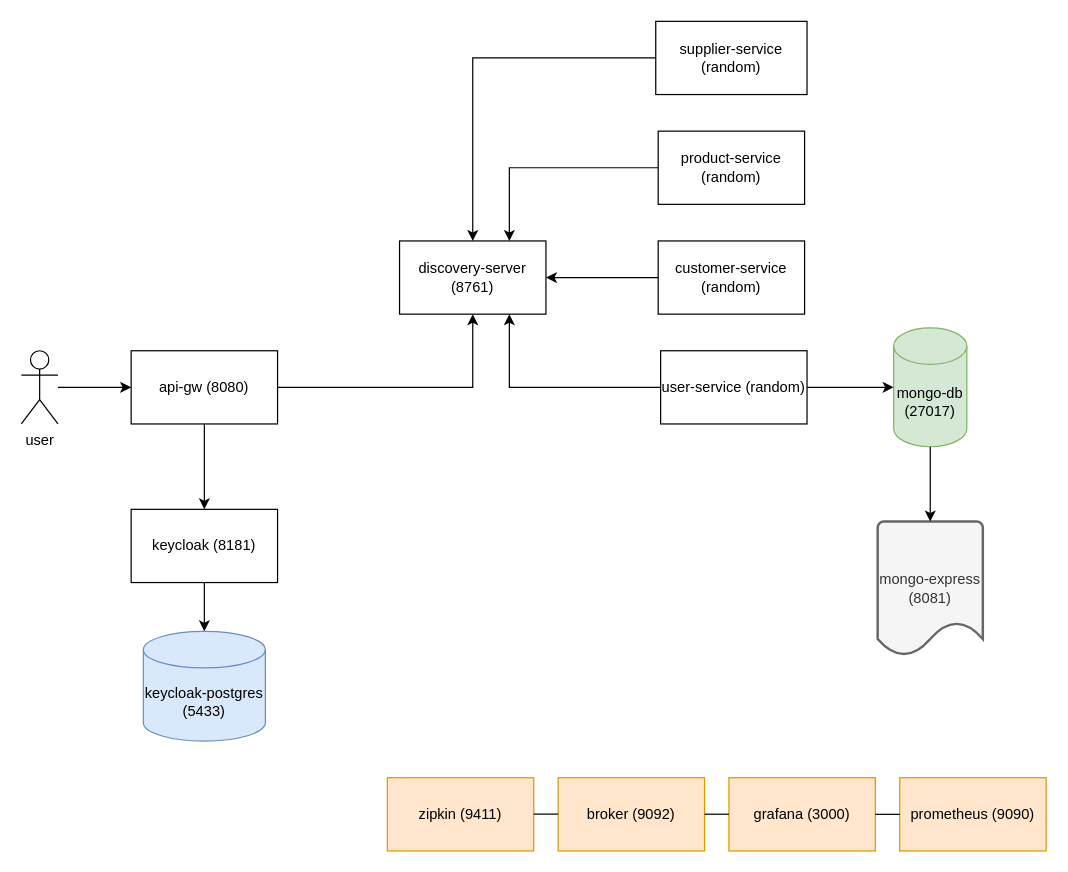
Earlier version of the draw.io diagram 20m2.drawio (amatiangelo20m2/venti). Source tidied: cells renumbered, new cells numbered last; positions are measured from the earlier drawing's top-left corner, leaving out a move shared by most shapes. Both pictures are drawn from the tidied source at 122%, with x=0, y=0 at pixel (21, 21).
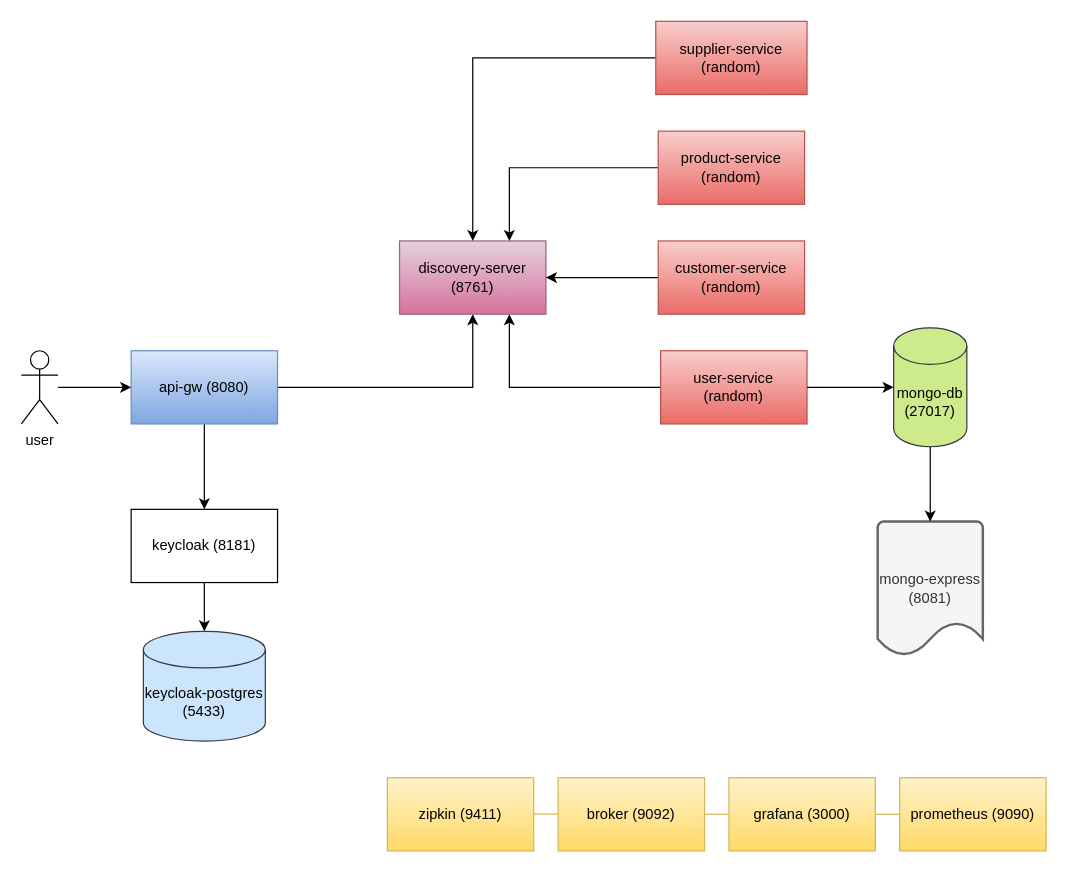
Above is the later version.

What changed in the source:
```diff
@@
-    <mxCell id="4" value="api-gw (8080)" style="rounded=0;whiteSpace=wrap;html=1;" parent="1" vertex="1">
+    <mxCell id="4" value="api-gw (8080)" style="rounded=0;whiteSpace=wrap;html=1;fillColor=#dae8fc;strokeColor=#6c8ebf;gradientColor=#7ea6e0;" parent="1" vertex="1">
       <mxGeometry x="90" y="270" width="120" height="60" as="geometry" />
     </mxCell>
@@
-    <mxCell id="7" value="discovery-server (8761)" style="rounded=0;whiteSpace=wrap;html=1;" parent="1" vertex="1">
+    <mxCell id="7" value="discovery-server (8761)" style="rounded=0;whiteSpace=wrap;html=1;fillColor=#e6d0de;strokeColor=#996185;gradientColor=#d5739d;" parent="1" vertex="1">
       <mxGeometry x="310" y="180" width="120" height="60" as="geometry" />
     </mxCell>
-    <mxCell id="8" value="keycloak-postgres (5433)" style="shape=cylinder3;whiteSpace=wrap;html=1;boundedLbl=1;backgroundOutline=1;size=15;fillColor=#dae8fc;strokeColor=#6c8ebf;" parent="1" vertex="1">
+    <mxCell id="8" value="keycloak-postgres (5433)" style="shape=cylinder3;whiteSpace=wrap;html=1;boundedLbl=1;backgroundOutline=1;size=15;fillColor=#cce5ff;strokeColor=#36393d;" parent="1" vertex="1">
       <mxGeometry x="100" y="500" width="100" height="90" as="geometry" />
     </mxCell>
@@
-    <mxCell id="10" style="edgeStyle=orthogonalEdgeStyle;rounded=0;orthogonalLoop=1;jettySize=auto;html=1;exitX=0;exitY=0.5;exitDx=0;exitDy=0;entryX=0;entryY=0.5;entryDx=0;entryDy=0;entryPerimeter=0;" parent="1" edge="1" source="12" target="12">
+    <mxCell id="10" style="edgeStyle=orthogonalEdgeStyle;rounded=0;orthogonalLoop=1;jettySize=auto;html=1;exitX=0;exitY=0.5;exitDx=0;exitDy=0;entryX=0;entryY=0.5;entryDx=0;entryDy=0;entryPerimeter=0;fillColor=#f8cecc;strokeColor=#b85450;gradientColor=#ea6b66;" parent="1" edge="1" source="12" target="12">
       <mxGeometry relative="1" as="geometry" />
     </mxCell>
@@
-    <mxCell id="12" value="customer-service (random)" style="rounded=0;whiteSpace=wrap;html=1;" parent="1" vertex="1">
+    <mxCell id="12" value="customer-service (random)" style="rounded=0;whiteSpace=wrap;html=1;fillColor=#f8cecc;strokeColor=#b85450;gradientColor=#ea6b66;" parent="1" vertex="1">
       <mxGeometry x="522" y="180" width="120" height="60" as="geometry" />
     </mxCell>
-    <mxCell id="13" style="edgeStyle=orthogonalEdgeStyle;rounded=0;orthogonalLoop=1;jettySize=auto;html=1;exitX=0;exitY=0.5;exitDx=0;exitDy=0;entryX=0;entryY=0.5;entryDx=0;entryDy=0;entryPerimeter=0;" parent="1" edge="1" source="15" target="15">
+    <mxCell id="13" style="edgeStyle=orthogonalEdgeStyle;rounded=0;orthogonalLoop=1;jettySize=auto;html=1;exitX=0;exitY=0.5;exitDx=0;exitDy=0;entryX=0;entryY=0.5;entryDx=0;entryDy=0;entryPerimeter=0;fillColor=#f8cecc;strokeColor=#b85450;gradientColor=#ea6b66;" parent="1" edge="1" source="15" target="15">
       <mxGeometry relative="1" as="geometry" />
     </mxCell>
@@
-    <mxCell id="15" value="user-service (random)" style="rounded=0;whiteSpace=wrap;html=1;" parent="1" vertex="1">
+    <mxCell id="15" value="user-service &lt;br&gt;(random)" style="rounded=0;whiteSpace=wrap;html=1;fillColor=#f8cecc;strokeColor=#b85450;gradientColor=#ea6b66;" parent="1" vertex="1">
       <mxGeometry x="524" y="270" width="120" height="60" as="geometry" />
     </mxCell>
-    <mxCell id="16" style="edgeStyle=orthogonalEdgeStyle;rounded=0;orthogonalLoop=1;jettySize=auto;html=1;exitX=0;exitY=0.5;exitDx=0;exitDy=0;entryX=0;entryY=0.5;entryDx=0;entryDy=0;entryPerimeter=0;" parent="1" edge="1" source="18" target="18">
+    <mxCell id="16" style="edgeStyle=orthogonalEdgeStyle;rounded=0;orthogonalLoop=1;jettySize=auto;html=1;exitX=0;exitY=0.5;exitDx=0;exitDy=0;entryX=0;entryY=0.5;entryDx=0;entryDy=0;entryPerimeter=0;fillColor=#f8cecc;strokeColor=#b85450;gradientColor=#ea6b66;" parent="1" edge="1" source="18" target="18">
       <mxGeometry relative="1" as="geometry" />
     </mxCell>
@@
-    <mxCell id="18" value="product-service (random)" style="rounded=0;whiteSpace=wrap;html=1;" parent="1" vertex="1">
+    <mxCell id="18" value="product-service (random)" style="rounded=0;whiteSpace=wrap;html=1;fillColor=#f8cecc;strokeColor=#b85450;gradientColor=#ea6b66;" parent="1" vertex="1">
       <mxGeometry x="522" y="90" width="120" height="60" as="geometry" />
     </mxCell>
-    <mxCell id="19" style="edgeStyle=orthogonalEdgeStyle;rounded=0;orthogonalLoop=1;jettySize=auto;html=1;exitX=0;exitY=0.5;exitDx=0;exitDy=0;entryX=0;entryY=0.5;entryDx=0;entryDy=0;entryPerimeter=0;" parent="1" edge="1" source="21" target="21">
+    <mxCell id="19" style="edgeStyle=orthogonalEdgeStyle;rounded=0;orthogonalLoop=1;jettySize=auto;html=1;exitX=0;exitY=0.5;exitDx=0;exitDy=0;entryX=0;entryY=0.5;entryDx=0;entryDy=0;entryPerimeter=0;fillColor=#f8cecc;strokeColor=#b85450;gradientColor=#ea6b66;" parent="1" edge="1" source="21" target="21">
       <mxGeometry relative="1" as="geometry" />
     </mxCell>
@@
-    <mxCell id="21" value="supplier-service (random)" style="rounded=0;whiteSpace=wrap;html=1;" parent="1" vertex="1">
+    <mxCell id="21" value="supplier-service (random)" style="rounded=0;whiteSpace=wrap;html=1;fillColor=#f8cecc;strokeColor=#b85450;gradientColor=#ea6b66;" parent="1" vertex="1">
       <mxGeometry x="520" width="124" height="60" as="geometry" />
     </mxCell>
-    <mxCell id="22" value="mongo-db (27017)" style="shape=cylinder3;whiteSpace=wrap;html=1;boundedLbl=1;backgroundOutline=1;size=15;fillColor=#d5e8d4;strokeColor=#82b366;" parent="1" vertex="1">
+    <mxCell id="22" value="mongo-db (27017)" style="shape=cylinder3;whiteSpace=wrap;html=1;boundedLbl=1;backgroundOutline=1;size=15;fillColor=#cdeb8b;strokeColor=#36393d;" parent="1" vertex="1">
       <mxGeometry x="715" y="251.2" width="60" height="97.5" as="geometry" />
     </mxCell>
@@
-    <mxCell id="26" style="edgeStyle=orthogonalEdgeStyle;rounded=0;orthogonalLoop=1;jettySize=auto;html=1;exitX=0;exitY=0.5;exitDx=0;exitDy=0;entryX=0;entryY=0.5;entryDx=0;entryDy=0;entryPerimeter=0;fillColor=#ffe6cc;strokeColor=#d79b00;" parent="1" edge="1" source="27" target="27">
+    <mxCell id="26" style="edgeStyle=orthogonalEdgeStyle;rounded=0;orthogonalLoop=1;jettySize=auto;html=1;exitX=0;exitY=0.5;exitDx=0;exitDy=0;entryX=0;entryY=0.5;entryDx=0;entryDy=0;entryPerimeter=0;fillColor=#fff2cc;strokeColor=#d6b656;gradientColor=#ffd966;" parent="1" edge="1" source="27" target="27">
       <mxGeometry relative="1" as="geometry" />
     </mxCell>
-    <mxCell id="27" value="zipkin (9411)" style="rounded=0;whiteSpace=wrap;html=1;fillColor=#ffe6cc;strokeColor=#d79b00;" parent="1" vertex="1">
+    <mxCell id="27" value="zipkin (9411)" style="rounded=0;whiteSpace=wrap;html=1;fillColor=#fff2cc;strokeColor=#d6b656;gradientColor=#ffd966;" parent="1" vertex="1">
       <mxGeometry x="300" y="620" width="120" height="60" as="geometry" />
     </mxCell>
-    <mxCell id="28" style="edgeStyle=orthogonalEdgeStyle;rounded=0;orthogonalLoop=1;jettySize=auto;html=1;exitX=0;exitY=0.5;exitDx=0;exitDy=0;entryX=0;entryY=0.5;entryDx=0;entryDy=0;entryPerimeter=0;fillColor=#ffe6cc;strokeColor=#d79b00;" parent="1" edge="1">
+    <mxCell id="28" style="edgeStyle=orthogonalEdgeStyle;rounded=0;orthogonalLoop=1;jettySize=auto;html=1;exitX=0;exitY=0.5;exitDx=0;exitDy=0;entryX=0;entryY=0.5;entryDx=0;entryDy=0;entryPerimeter=0;fillColor=#fff2cc;strokeColor=#d6b656;gradientColor=#ffd966;" parent="1" edge="1">
       <mxGeometry relative="1" as="geometry">
         <mxPoint x="710" y="640" as="sourcePoint" />
         <mxPoint x="710" y="640" as="targetPoint" />
       </mxGeometry>
     </mxCell>
-    <mxCell id="29" value="broker (9092)" style="rounded=0;whiteSpace=wrap;html=1;fillColor=#ffe6cc;strokeColor=#d79b00;" parent="1" vertex="1">
+    <mxCell id="29" value="broker (9092)" style="rounded=0;whiteSpace=wrap;html=1;fillColor=#fff2cc;strokeColor=#d6b656;gradientColor=#ffd966;" parent="1" vertex="1">
       <mxGeometry x="440" y="620" width="120" height="60" as="geometry" />
     </mxCell>
-    <mxCell id="30" style="edgeStyle=orthogonalEdgeStyle;rounded=0;orthogonalLoop=1;jettySize=auto;html=1;exitX=0;exitY=0.5;exitDx=0;exitDy=0;entryX=0;entryY=0.5;entryDx=0;entryDy=0;entryPerimeter=0;fillColor=#ffe6cc;strokeColor=#d79b00;" parent="1" edge="1" source="31" target="31">
+    <mxCell id="30" style="edgeStyle=orthogonalEdgeStyle;rounded=0;orthogonalLoop=1;jettySize=auto;html=1;exitX=0;exitY=0.5;exitDx=0;exitDy=0;entryX=0;entryY=0.5;entryDx=0;entryDy=0;entryPerimeter=0;fillColor=#fff2cc;strokeColor=#d6b656;gradientColor=#ffd966;" parent="1" edge="1" source="31" target="31">
       <mxGeometry relative="1" as="geometry" />
     </mxCell>
-    <mxCell id="31" value="grafana (3000)" style="rounded=0;whiteSpace=wrap;html=1;fillColor=#ffe6cc;strokeColor=#d79b00;" parent="1" vertex="1">
+    <mxCell id="31" value="grafana (3000)" style="rounded=0;whiteSpace=wrap;html=1;fillColor=#fff2cc;strokeColor=#d6b656;gradientColor=#ffd966;" parent="1" vertex="1">
       <mxGeometry x="580" y="620" width="120" height="60" as="geometry" />
     </mxCell>
-    <mxCell id="32" style="edgeStyle=orthogonalEdgeStyle;rounded=0;orthogonalLoop=1;jettySize=auto;html=1;exitX=0;exitY=0.5;exitDx=0;exitDy=0;entryX=0;entryY=0.5;entryDx=0;entryDy=0;entryPerimeter=0;fillColor=#ffe6cc;strokeColor=#d79b00;" parent="1" edge="1" source="33" target="33">
+    <mxCell id="32" style="edgeStyle=orthogonalEdgeStyle;rounded=0;orthogonalLoop=1;jettySize=auto;html=1;exitX=0;exitY=0.5;exitDx=0;exitDy=0;entryX=0;entryY=0.5;entryDx=0;entryDy=0;entryPerimeter=0;fillColor=#fff2cc;strokeColor=#d6b656;gradientColor=#ffd966;" parent="1" edge="1" source="33" target="33">
       <mxGeometry relative="1" as="geometry" />
     </mxCell>
-    <mxCell id="33" value="prometheus (9090)" style="rounded=0;whiteSpace=wrap;html=1;fillColor=#ffe6cc;strokeColor=#d79b00;" parent="1" vertex="1">
+    <mxCell id="33" value="prometheus (9090)" style="rounded=0;whiteSpace=wrap;html=1;fillColor=#fff2cc;strokeColor=#d6b656;gradientColor=#ffd966;" parent="1" vertex="1">
       <mxGeometry x="720" y="620" width="120" height="60" as="geometry" />
     </mxCell>
-    <mxCell id="34" style="endArrow=none;html=1;rounded=0;exitX=1;exitY=0.5;exitDx=0;exitDy=0;entryX=0;entryY=0.5;entryDx=0;entryDy=0;" parent="1" edge="1" source="31" target="33">
+    <mxCell id="34" style="endArrow=none;html=1;rounded=0;exitX=1;exitY=0.5;exitDx=0;exitDy=0;entryX=0;entryY=0.5;entryDx=0;entryDy=0;fillColor=#fff2cc;gradientColor=#ffd966;strokeColor=#d6b656;" parent="1" edge="1" source="31" target="33">
       <mxGeometry relative="1" as="geometry" />
     </mxCell>
-    <mxCell id="35" style="endArrow=none;html=1;rounded=0;exitX=1;exitY=0.5;exitDx=0;exitDy=0;entryX=0;entryY=0.5;entryDx=0;entryDy=0;" parent="1" edge="1">
+    <mxCell id="35" style="endArrow=none;html=1;rounded=0;exitX=1;exitY=0.5;exitDx=0;exitDy=0;entryX=0;entryY=0.5;entryDx=0;entryDy=0;fillColor=#fff2cc;gradientColor=#ffd966;strokeColor=#d6b656;" parent="1" edge="1">
       <mxGeometry relative="1" as="geometry">
         <mxPoint x="560" y="649.9" as="sourcePoint" />
         <mxPoint x="580" y="649.9" as="targetPoint" />
       </mxGeometry>
     </mxCell>
-    <mxCell id="36" style="endArrow=none;html=1;rounded=0;exitX=1;exitY=0.5;exitDx=0;exitDy=0;entryX=0;entryY=0.5;entryDx=0;entryDy=0;" parent="1" edge="1">
+    <mxCell id="36" style="endArrow=none;html=1;rounded=0;exitX=1;exitY=0.5;exitDx=0;exitDy=0;entryX=0;entryY=0.5;entryDx=0;entryDy=0;fillColor=#fff2cc;gradientColor=#ffd966;strokeColor=#d6b656;" parent="1" edge="1">
       <mxGeometry relative="1" as="geometry">
         <mxPoint x="420" y="649.8" as="sourcePoint" />
         <mxPoint x="440" y="649.8" as="targetPoint" />
         <Array as="points">
           <mxPoint x="420" y="649.8" />
         </Array>
       </mxGeometry>
     </mxCell>
```
